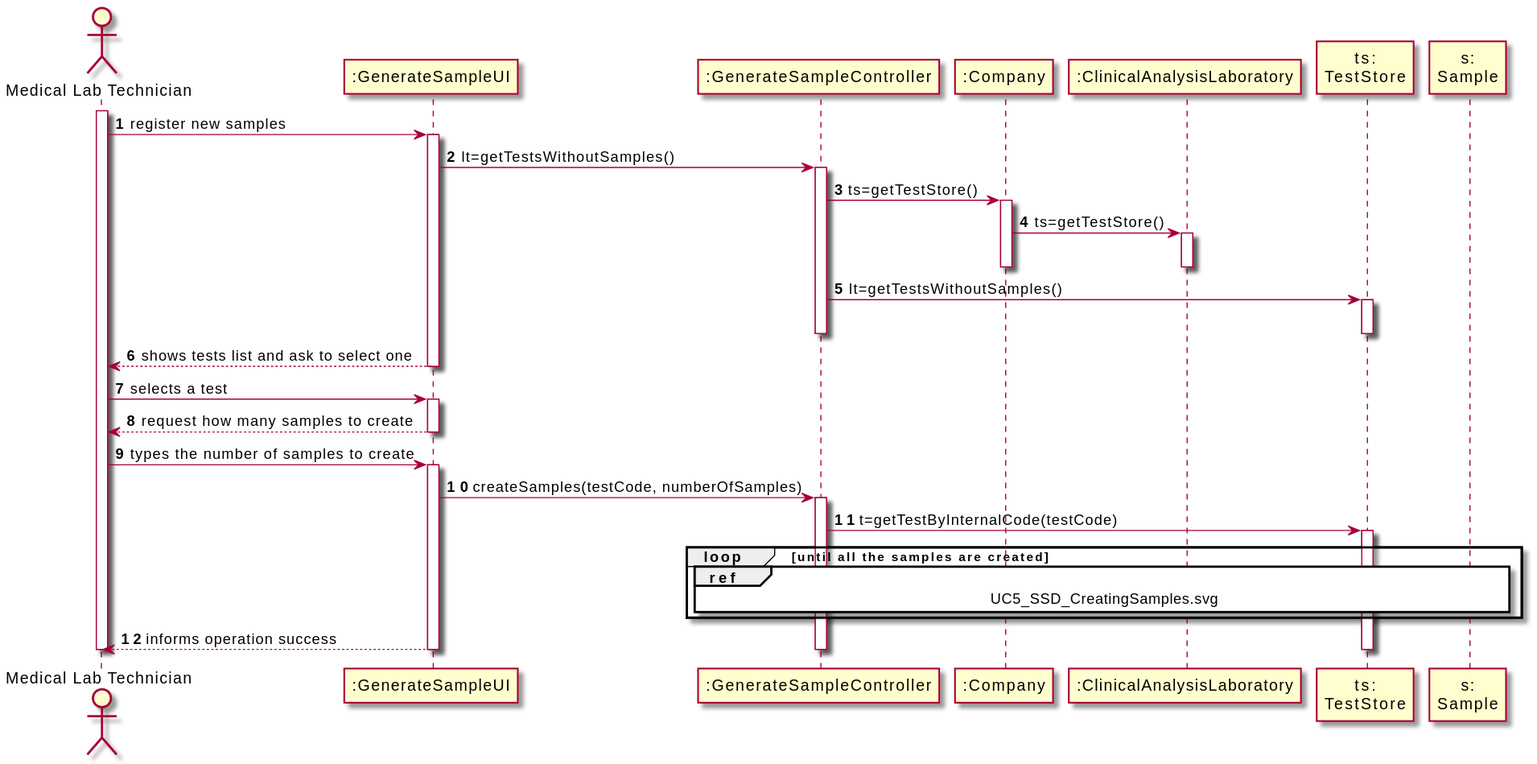
The PlantUML diagram docs/SprintC/US_5/UC5_SD.svg in RuiRioPina/LAPR2-20-21, before a commit.
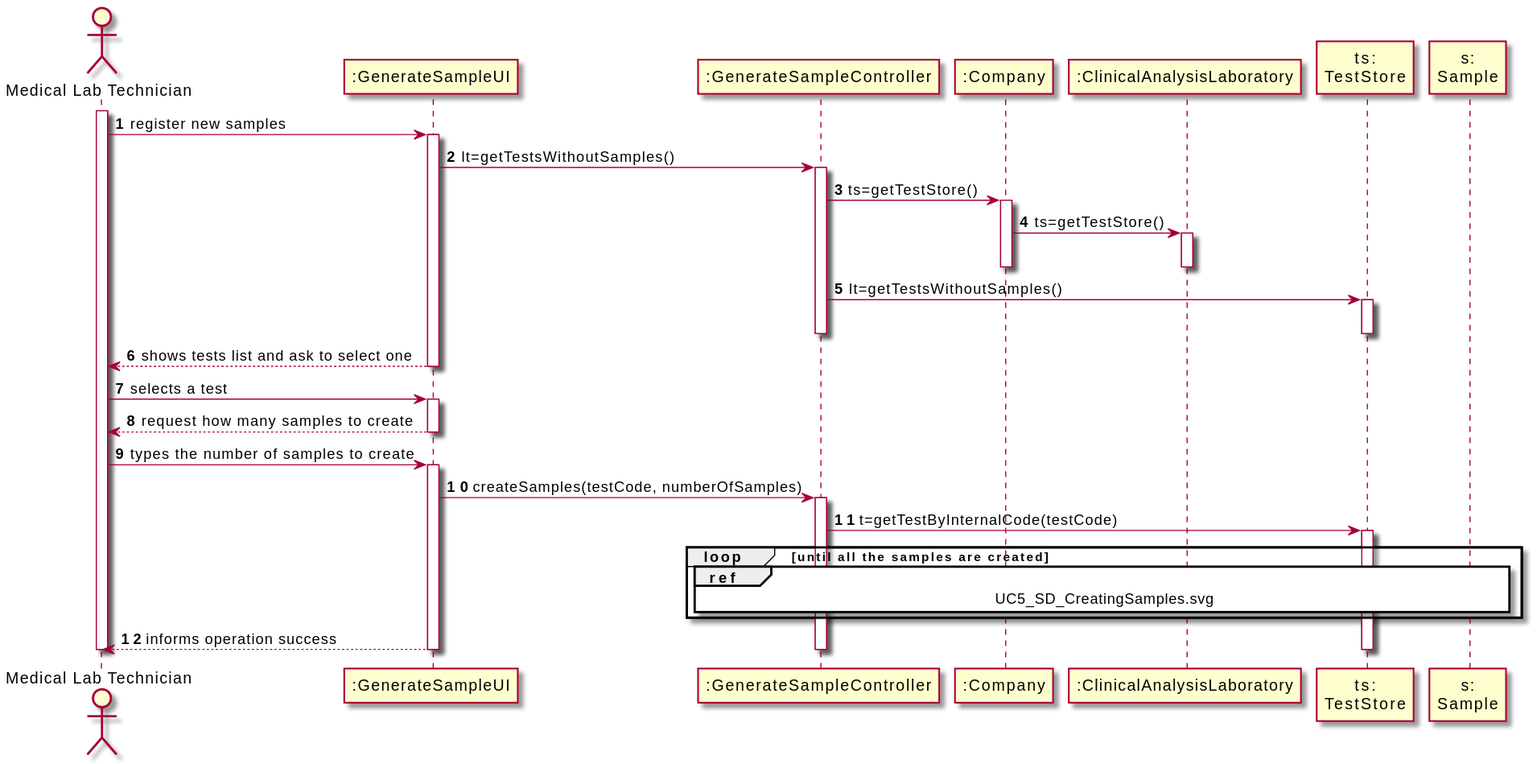
After the change.

Commit message:
correcting erros

The edit, as a diff of the source:
```diff
@@ -39,7 +39,7 @@
 CTRL -> TS : t=getTestByInternalCode(testCode)
 activate TS
 loop until all the samples are created
-    ref over CTRL, TS , S: UC5_SSD_CreatingSamples.svg
+    ref over CTRL, TS , S: UC5_SD_CreatingSamples.svg
 end loop
 UI --> MEDLT : informs operation success
 deactivate TS
```
